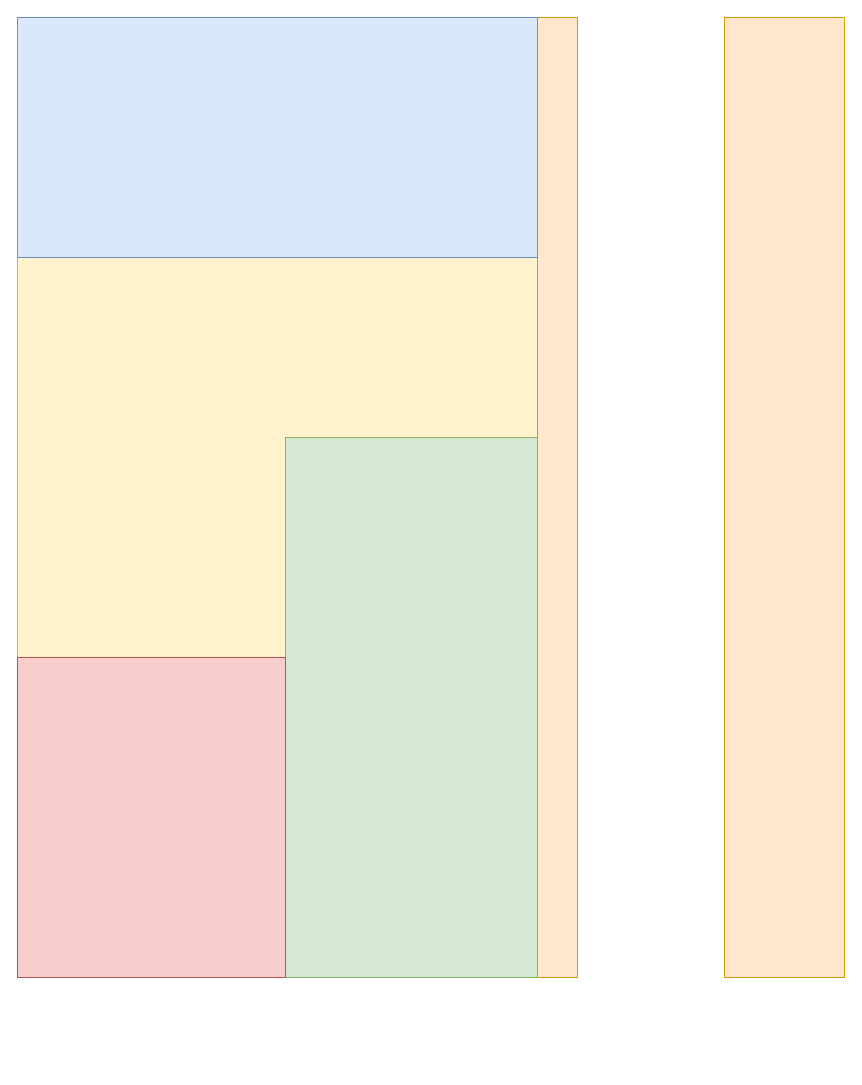
The draw.io diagram 洗手区.drawio in yshhuang/diagram, before the edit. Source tidied: cells renumbered, new cells numbered last; positions are measured from the earlier drawing's top-left corner, leaving out a move shared by most shapes. Both pictures are drawn from the tidied source at 100%, with x=0, y=0 at pixel (17, 17).
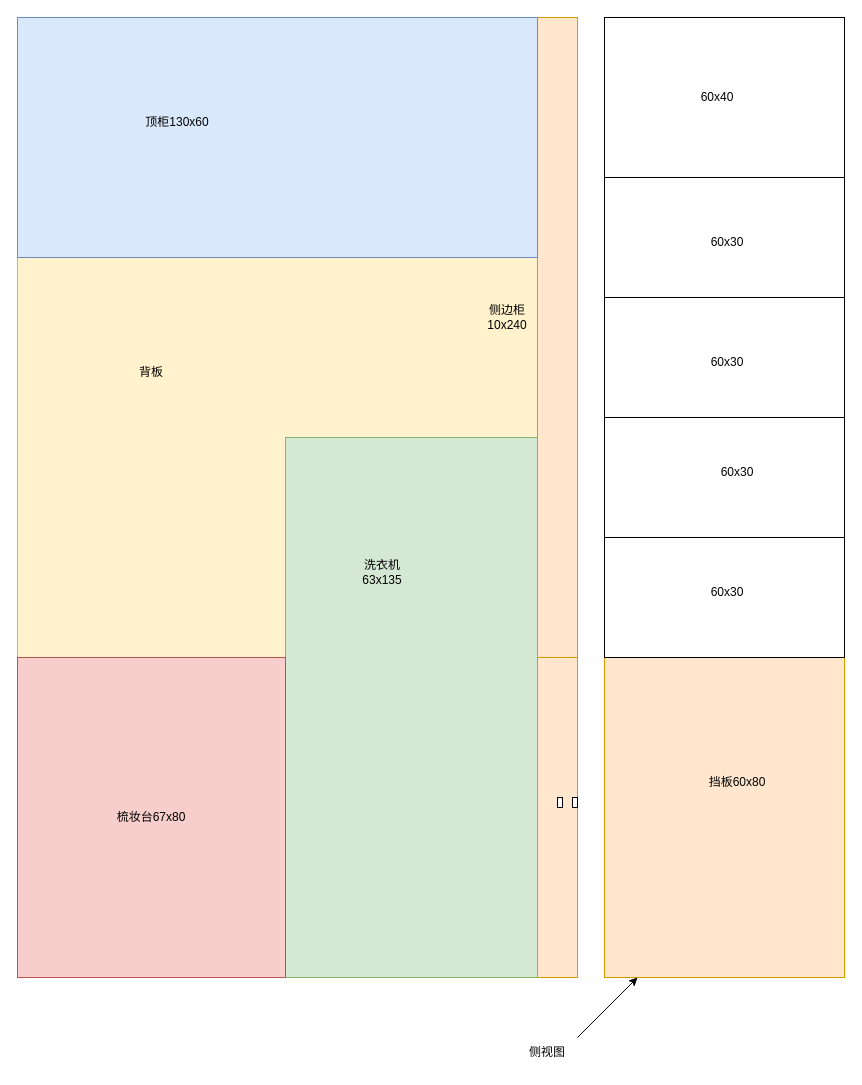
The same page after the edit.

Commit message:
更新洗手区.drawio

Diff of the diagram source:
```diff
@@
-    <mxCell id="3" style="rounded=0;whiteSpace=wrap;html=1;fillColor=#ffe6cc;strokeColor=#d79b00;" parent="1" vertex="1">
+    <mxCell id="3" style="rounded=0;whiteSpace=wrap;html=1;shadow=0;glass=0;fillColor=#ffe6cc;strokeColor=#d79b00;" parent="1" vertex="1">
       <mxGeometry x="520" width="40" height="960" as="geometry" />
     </mxCell>
@@
-    <mxCell id="6" style="rounded=0;whiteSpace=wrap;html=1;fillColor=#f8cecc;strokeColor=#b85450;" parent="1" vertex="1">
+    <mxCell id="6" value="梳妆台67x80" style="rounded=0;whiteSpace=wrap;html=1;fillColor=#f8cecc;strokeColor=#b85450;" parent="1" vertex="1">
       <mxGeometry y="640" width="268" height="320" as="geometry" />
     </mxCell>
-    <mxCell id="7" style="rounded=0;whiteSpace=wrap;html=1;fillColor=#ffe6cc;strokeColor=#d79b00;" parent="1" vertex="1">
-      <mxGeometry x="707" width="120" height="960" as="geometry" />
+    <mxCell id="7" style="rounded=0;whiteSpace=wrap;html=1;" parent="1" vertex="1">
+      <mxGeometry x="587" width="240" height="960" as="geometry" />
     </mxCell>
+    <mxCell id="8" value="顶柜130x60" style="text;html=1;align=center;verticalAlign=middle;whiteSpace=wrap;rounded=0;" parent="1" vertex="1">
+      <mxGeometry x="90" y="90" width="140" height="30" as="geometry" />
+    </mxCell>
+    <mxCell id="9" value="背板" style="text;html=1;align=center;verticalAlign=middle;whiteSpace=wrap;rounded=0;" parent="1" vertex="1">
+      <mxGeometry x="104" y="340" width="60" height="30" as="geometry" />
+    </mxCell>
+    <mxCell id="10" value="洗衣机&lt;div&gt;63x135&lt;/div&gt;" style="text;html=1;align=center;verticalAlign=middle;whiteSpace=wrap;rounded=0;" parent="1" vertex="1">
+      <mxGeometry x="320" y="520" width="90" height="70" as="geometry" />
+    </mxCell>
+    <mxCell id="11" value="侧边柜&lt;div&gt;10x240&lt;/div&gt;" style="text;html=1;align=center;verticalAlign=middle;whiteSpace=wrap;rounded=0;" parent="1" vertex="1">
+      <mxGeometry x="460" y="270" width="60" height="60" as="geometry" />
+    </mxCell>
+    <mxCell id="12" style="rounded=0;whiteSpace=wrap;html=1;fillColor=#ffe6cc;strokeColor=#d79b00;" parent="1" vertex="1">
+      <mxGeometry x="520" y="640" width="40" height="320" as="geometry" />
+    </mxCell>
+    <mxCell id="13" style="verticalLabelPosition=bottom;html=1;verticalAlign=top;align=center;shape=mxgraph.floorplan.opening;" parent="1" vertex="1">
+      <mxGeometry x="540" y="780" width="20" height="10" as="geometry" />
+    </mxCell>
+    <mxCell id="14" style="rounded=0;whiteSpace=wrap;html=1;fillColor=#ffe6cc;strokeColor=#d79b00;" parent="1" vertex="1">
+      <mxGeometry x="587" y="640" width="240" height="320" as="geometry" />
+    </mxCell>
+    <mxCell id="15" style="rounded=0;whiteSpace=wrap;html=1;" parent="1" vertex="1">
+      <mxGeometry x="587" width="240" height="160" as="geometry" />
+    </mxCell>
+    <mxCell id="16" value="60x40" style="text;html=1;align=center;verticalAlign=middle;whiteSpace=wrap;rounded=0;" parent="1" vertex="1">
+      <mxGeometry x="670" y="65" width="60" height="30" as="geometry" />
+    </mxCell>
+    <mxCell id="17" style="rounded=0;whiteSpace=wrap;html=1;" parent="1" vertex="1">
+      <mxGeometry x="587" y="160" width="240" height="120" as="geometry" />
+    </mxCell>
+    <mxCell id="18" value="60x30" style="text;html=1;align=center;verticalAlign=middle;whiteSpace=wrap;rounded=0;" parent="1" vertex="1">
+      <mxGeometry x="680" y="210" width="60" height="30" as="geometry" />
+    </mxCell>
+    <mxCell id="19" style="rounded=0;whiteSpace=wrap;html=1;" parent="1" vertex="1">
+      <mxGeometry x="587" y="520" width="240" height="120" as="geometry" />
+    </mxCell>
+    <mxCell id="20" style="rounded=0;whiteSpace=wrap;html=1;" parent="1" vertex="1">
+      <mxGeometry x="587" y="400" width="240" height="120" as="geometry" />
+    </mxCell>
+    <mxCell id="21" style="rounded=0;whiteSpace=wrap;html=1;" parent="1" vertex="1">
+      <mxGeometry x="587" y="280" width="240" height="120" as="geometry" />
+    </mxCell>
+    <mxCell id="22" value="60x30" style="text;html=1;align=center;verticalAlign=middle;whiteSpace=wrap;rounded=0;" parent="1" vertex="1">
+      <mxGeometry x="680" y="330" width="60" height="30" as="geometry" />
+    </mxCell>
+    <mxCell id="23" value="60x30" style="text;html=1;align=center;verticalAlign=middle;whiteSpace=wrap;rounded=0;" parent="1" vertex="1">
+      <mxGeometry x="690" y="440" width="60" height="30" as="geometry" />
+    </mxCell>
+    <mxCell id="24" value="60x30" style="text;html=1;align=center;verticalAlign=middle;whiteSpace=wrap;rounded=0;" parent="1" vertex="1">
+      <mxGeometry x="680" y="560" width="60" height="30" as="geometry" />
+    </mxCell>
+    <mxCell id="25" value="挡板60x80" style="text;html=1;align=center;verticalAlign=middle;whiteSpace=wrap;rounded=0;" parent="1" vertex="1">
+      <mxGeometry x="690" y="750" width="60" height="30" as="geometry" />
+    </mxCell>
+    <mxCell id="26" value="侧视图" style="text;html=1;align=center;verticalAlign=middle;whiteSpace=wrap;rounded=0;" parent="1" vertex="1">
+      <mxGeometry x="500" y="1020" width="60" height="30" as="geometry" />
+    </mxCell>
+    <mxCell id="27" style="endArrow=classic;html=1;rounded=0;exitX=1;exitY=0;exitDx=0;exitDy=0;" parent="1" edge="1" source="26">
+      <mxGeometry relative="1" as="geometry">
+        <mxPoint x="620" y="960" as="targetPoint" />
+      </mxGeometry>
+    </mxCell>
```
